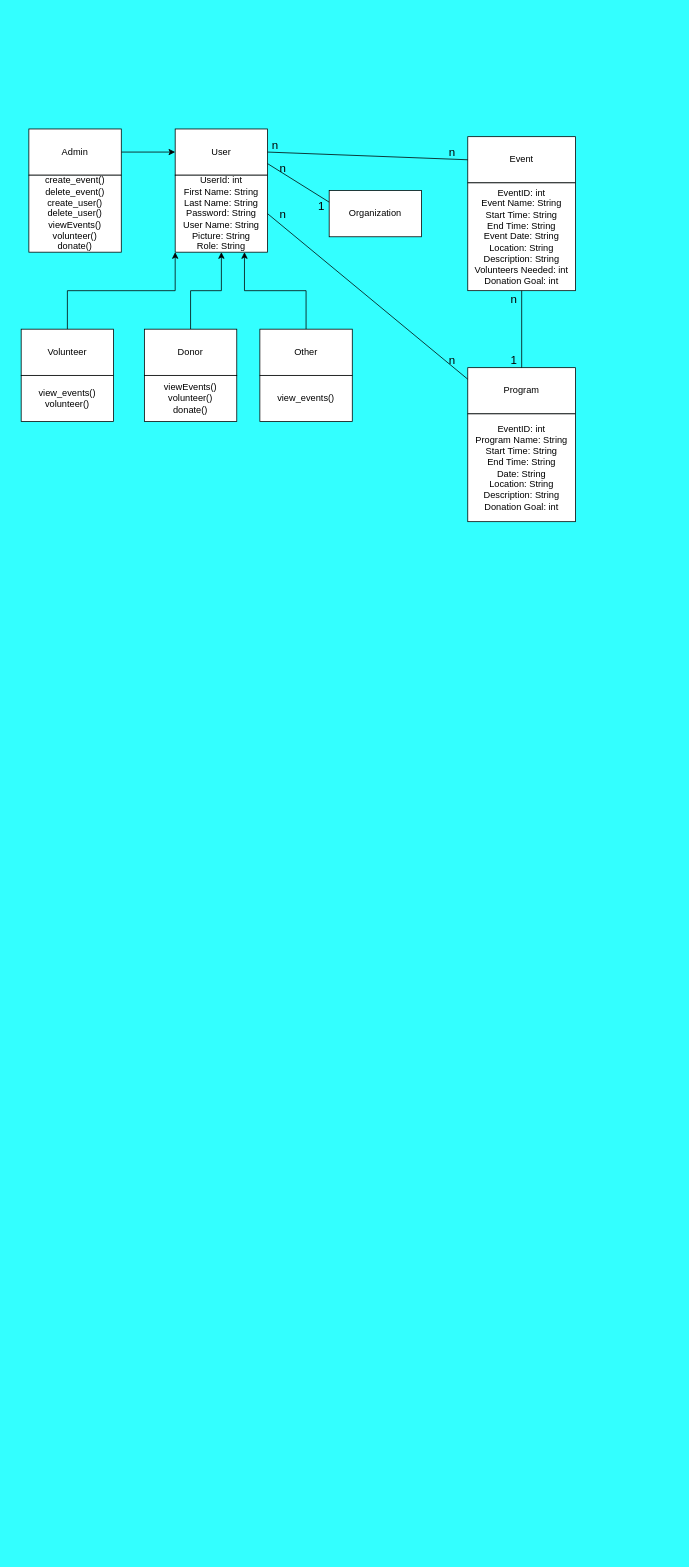
The draw.io diagram Architecture-Design/Architectural-Design(Class-Diagrams).drawio in Andrew-EKrause/TeamAptiv-Web-App, before the edit. Source tidied: cells renumbered, new cells numbered last; positions are measured from the earlier drawing's top-left corner, leaving out a move shared by most shapes. Both pictures are drawn from the tidied source at 77%, with x=0, y=0 at pixel (21, 129).
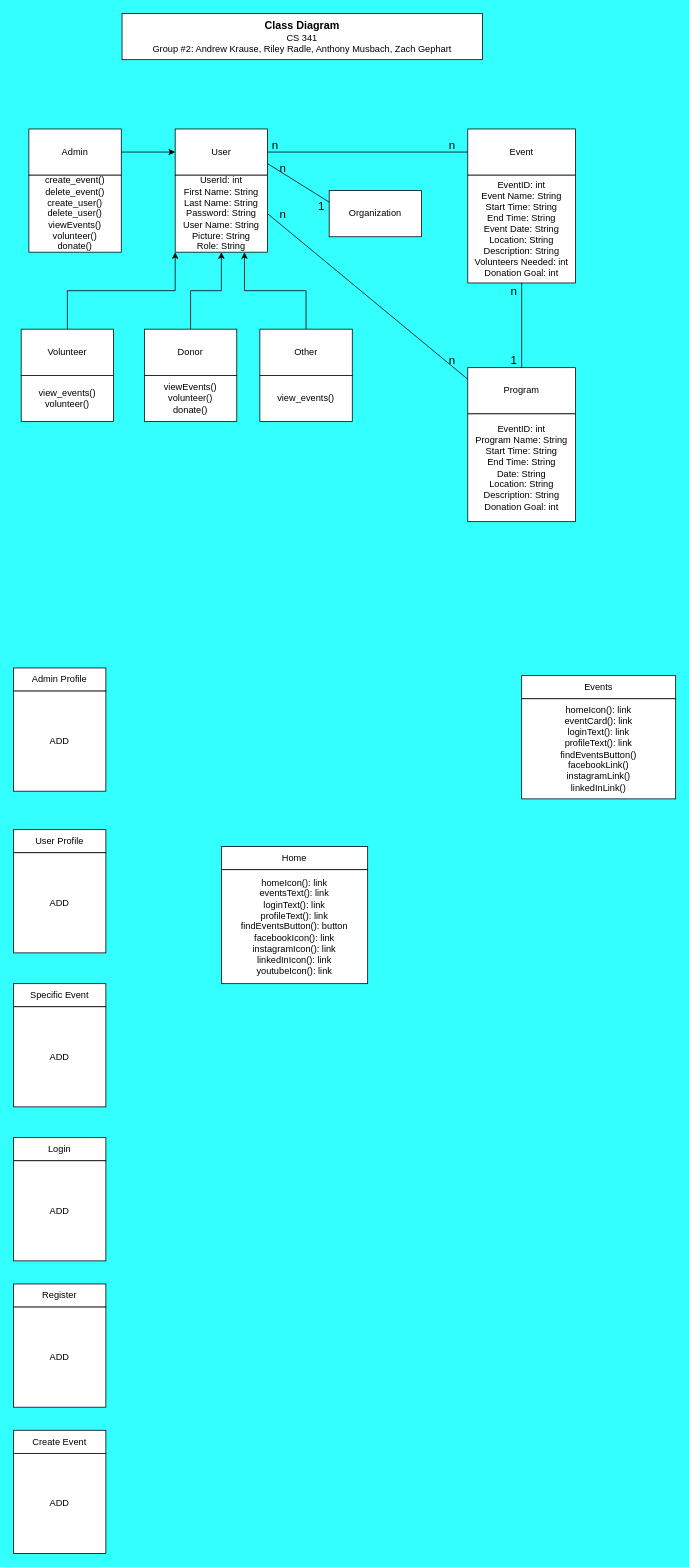
The same diagram, later.

What changed in the source:
```diff
@@
     <mxCell id="16" value="Event" style="rounded=0;whiteSpace=wrap;html=1;" parent="1" vertex="1">
-      <mxGeometry x="580" y="10" width="140" height="60" as="geometry" />
+      <mxGeometry x="580" width="140" height="60" as="geometry" />
     </mxCell>
@@
     <mxCell id="19" value="EventID: int&lt;br&gt;Event Name: String&lt;br&gt;Start Time: String&lt;br&gt;End Time: String&lt;br&gt;Event Date: String&lt;br&gt;Location: String&lt;br&gt;Description: String&lt;br&gt;Volunteers Needed: int&lt;br&gt;Donation Goal: int" style="rounded=0;whiteSpace=wrap;html=1;" parent="1" vertex="1">
-      <mxGeometry x="580" y="70" width="140" height="140" as="geometry" />
+      <mxGeometry x="580" y="60" width="140" height="140" as="geometry" />
     </mxCell>
@@
     <mxCell id="26" value="&lt;font style=&quot;font-size: 15px&quot;&gt;n&lt;/font&gt;" style="text;html=1;strokeColor=none;fillColor=none;align=center;verticalAlign=middle;whiteSpace=wrap;rounded=0;" parent="1" vertex="1">
-      <mxGeometry x="620" y="210" width="40" height="20" as="geometry" />
+      <mxGeometry x="620" y="200" width="40" height="20" as="geometry" />
     </mxCell>
     <mxCell id="27" value="&lt;font style=&quot;font-size: 15px&quot;&gt;n&lt;/font&gt;" style="text;html=1;strokeColor=none;fillColor=none;align=center;verticalAlign=middle;whiteSpace=wrap;rounded=0;" parent="1" vertex="1">
-      <mxGeometry x="540" y="20" width="40" height="20" as="geometry" />
+      <mxGeometry x="540" y="10" width="40" height="20" as="geometry" />
     </mxCell>
@@
+    <mxCell id="33" style="edgeStyle=orthogonalEdgeStyle;rounded=0;jettySize=auto;html=1;" parent="1" edge="1" source="34" target="35">
+      <mxGeometry relative="1" as="geometry" />
+    </mxCell>
+    <mxCell id="34" value="Home" style="rounded=0;whiteSpace=wrap;html=1;" parent="1" vertex="1">
+      <mxGeometry x="260" y="932" width="190" height="30" as="geometry" />
+    </mxCell>
+    <mxCell id="35" value="homeIcon(): link&lt;br&gt;eventsText(): link&lt;br&gt;loginText(): link&lt;br&gt;profileText(): link&lt;br&gt;findEventsButton(): button&lt;br&gt;facebookIcon(): link&lt;br&gt;instagramIcon(): link&lt;br&gt;linkedInIcon(): link&lt;br&gt;youtubeIcon(): link" style="rounded=0;whiteSpace=wrap;html=1;" parent="1" vertex="1">
+      <mxGeometry x="260" y="962" width="190" height="148" as="geometry" />
+    </mxCell>
+    <mxCell id="36" value="Events" style="rounded=0;whiteSpace=wrap;html=1;" parent="1" vertex="1">
+      <mxGeometry x="650" y="710" width="200" height="30" as="geometry" />
+    </mxCell>
+    <mxCell id="37" value="homeIcon(): link&lt;br&gt;eventCard(): link&lt;br&gt;loginText(): link&lt;br&gt;profileText(): link&lt;br&gt;findEventsButton()&lt;br&gt;facebookLink()&lt;br&gt;instagramLink()&lt;br&gt;linkedInLink()" style="rounded=0;whiteSpace=wrap;html=1;" parent="1" vertex="1">
+      <mxGeometry x="650" y="740" width="200" height="130" as="geometry" />
+    </mxCell>
+    <mxCell id="38" value="&lt;font style=&quot;font-size: 14px&quot;&gt;&lt;b&gt;Class Diagram&lt;/b&gt;&lt;/font&gt;&lt;br&gt;CS 341&lt;br&gt;Group #2: Andrew Krause, Riley Radle, Anthony Musbach, Zach Gephart" style="rounded=0;whiteSpace=wrap;html=1;" parent="1" vertex="1">
+      <mxGeometry x="131" y="-150" width="468" height="60" as="geometry" />
+    </mxCell>
+    <mxCell id="39" value="Admin Profile" style="rounded=0;whiteSpace=wrap;html=1;" parent="1" vertex="1">
+      <mxGeometry x="-10" y="700" width="120" height="30" as="geometry" />
+    </mxCell>
+    <mxCell id="40" value="ADD" style="rounded=0;whiteSpace=wrap;html=1;" parent="1" vertex="1">
+      <mxGeometry x="-10" y="730" width="120" height="130" as="geometry" />
+    </mxCell>
+    <mxCell id="41" value="User Profile" style="rounded=0;whiteSpace=wrap;html=1;" parent="1" vertex="1">
+      <mxGeometry x="-10" y="910" width="120" height="30" as="geometry" />
+    </mxCell>
+    <mxCell id="42" value="ADD" style="rounded=0;whiteSpace=wrap;html=1;" parent="1" vertex="1">
+      <mxGeometry x="-10" y="940" width="120" height="130" as="geometry" />
+    </mxCell>
+    <mxCell id="43" value="Specific Event" style="rounded=0;whiteSpace=wrap;html=1;" parent="1" vertex="1">
+      <mxGeometry x="-10" y="1110" width="120" height="30" as="geometry" />
+    </mxCell>
+    <mxCell id="44" value="ADD" style="rounded=0;whiteSpace=wrap;html=1;" parent="1" vertex="1">
+      <mxGeometry x="-10" y="1140" width="120" height="130" as="geometry" />
+    </mxCell>
+    <mxCell id="45" value="Login" style="rounded=0;whiteSpace=wrap;html=1;" parent="1" vertex="1">
+      <mxGeometry x="-10" y="1310" width="120" height="30" as="geometry" />
+    </mxCell>
+    <mxCell id="46" value="ADD" style="rounded=0;whiteSpace=wrap;html=1;" parent="1" vertex="1">
+      <mxGeometry x="-10" y="1340" width="120" height="130" as="geometry" />
+    </mxCell>
+    <mxCell id="47" value="Register" style="rounded=0;whiteSpace=wrap;html=1;" parent="1" vertex="1">
+      <mxGeometry x="-10" y="1500" width="120" height="30" as="geometry" />
+    </mxCell>
+    <mxCell id="48" value="ADD" style="rounded=0;whiteSpace=wrap;html=1;" parent="1" vertex="1">
+      <mxGeometry x="-10" y="1530" width="120" height="130" as="geometry" />
+    </mxCell>
+    <mxCell id="49" style="edgeStyle=orthogonalEdgeStyle;rounded=0;jettySize=auto;html=1;exitX=1;exitY=0.75;exitDx=0;exitDy=0;entryX=0.917;entryY=-0.053;entryDx=0;entryDy=0;entryPerimeter=0;" parent="1" edge="1" source="50" target="51">
+      <mxGeometry relative="1" as="geometry" />
+    </mxCell>
+    <mxCell id="50" value="Create Event" style="rounded=0;whiteSpace=wrap;html=1;" parent="1" vertex="1">
+      <mxGeometry x="-10" y="1690" width="120" height="30" as="geometry" />
+    </mxCell>
+    <mxCell id="51" value="ADD" style="rounded=0;whiteSpace=wrap;html=1;" parent="1" vertex="1">
+      <mxGeometry x="-10" y="1720" width="120" height="130" as="geometry" />
+    </mxCell>
```
